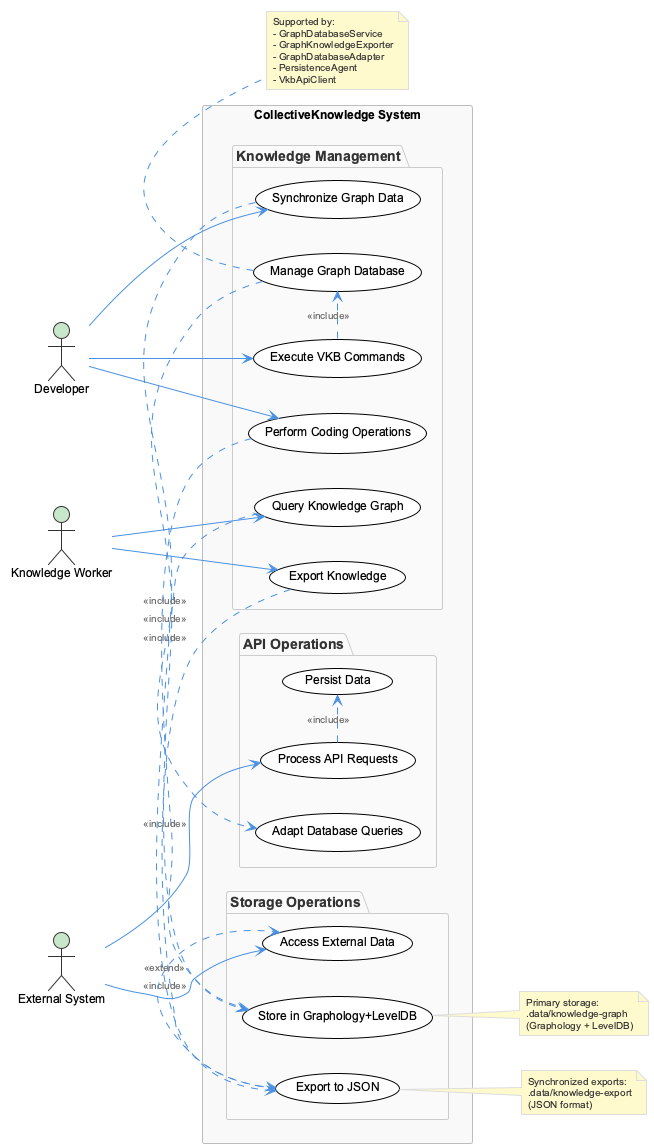
The PlantUML diagram knowledge-management/insights/images/collective-knowledge-use-cases.png in fwornle/coding, before a commit. Source of this version:
```plantuml
@startuml
!include /Users/q284340/Agentic/coding/docs/puml/_standard-style.puml

left to right direction

actor "Developer" as dev
actor "External System" as ext
actor "Knowledge Worker" as kw

rectangle "CollectiveKnowledge System" {
  package "Knowledge Management" {
    usecase "Execute VKB Commands" as vkb
    usecase "Perform Coding Operations" as coding
    usecase "Synchronize Graph Data" as sync
    usecase "Query Knowledge Graph" as query
    usecase "Export Knowledge" as export
    usecase "Manage Graph Database" as manage
  }

  package "Storage Operations" {
    usecase "Store in Graphology+LevelDB" as store
    usecase "Export to JSON" as jsonExport
    usecase "Access External Data" as access
  }

  package "API Operations" {
    usecase "Process API Requests" as api
    usecase "Adapt Database Queries" as adapt
    usecase "Persist Data" as persist
  }
}

dev --> vkb
dev --> coding
dev --> sync
kw --> query
kw --> export
ext --> access
ext --> api

vkb .> manage : <<include>>
coding .> store : <<include>>
sync .> jsonExport : <<include>>
export .> jsonExport : <<include>>
manage .> store : <<include>>
query .> adapt : <<include>>
api .> persist : <<include>>
jsonExport .> access : <<extend>>

note right of store
  Primary storage:
  .data/knowledge-graph
  (Graphology + LevelDB)
end note

note right of jsonExport
  Synchronized exports:
  .data/knowledge-export
  (JSON format)
end note

note bottom of manage
  Supported by:
  - GraphDatabaseService
  - GraphKnowledgeExporter
  - GraphDatabaseAdapter
  - PersistenceAgent
  - VkbApiClient
end note

@enduml
```
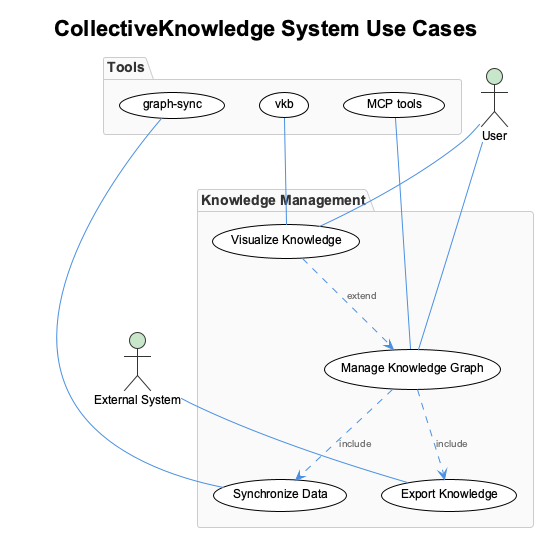
Later version of the same file.

What changed in the source:
```diff
@@ -1,71 +1,34 @@
 @startuml
 !include /Users/q284340/Agentic/coding/docs/puml/_standard-style.puml
 
-left to right direction
+title CollectiveKnowledge System Use Cases
 
-actor "Developer" as dev
-actor "External System" as ext
-actor "Knowledge Worker" as kw
+actor User as "User"
+actor ExternalSystem as "External System"
 
-rectangle "CollectiveKnowledge System" {
-  package "Knowledge Management" {
-    usecase "Execute VKB Commands" as vkb
-    usecase "Perform Coding Operations" as coding
-    usecase "Synchronize Graph Data" as sync
-    usecase "Query Knowledge Graph" as query
-    usecase "Export Knowledge" as export
-    usecase "Manage Graph Database" as manage
-  }
-
-  package "Storage Operations" {
-    usecase "Store in Graphology+LevelDB" as store
-    usecase "Export to JSON" as jsonExport
-    usecase "Access External Data" as access
-  }
-
-  package "API Operations" {
-    usecase "Process API Requests" as api
-    usecase "Adapt Database Queries" as adapt
-    usecase "Persist Data" as persist
-  }
+package "Knowledge Management" {
+  usecase "Manage Knowledge Graph" as (Manage Knowledge Graph)
+  usecase "Export Knowledge" as (Export Knowledge)
+  usecase "Visualize Knowledge" as (Visualize Knowledge)
+  usecase "Synchronize Data" as (Synchronize Data)
 }
 
-dev --> vkb
-dev --> coding
-dev --> sync
-kw --> query
-kw --> export
-ext --> access
-ext --> api
+User -- (Manage Knowledge Graph)
+User -- (Visualize Knowledge)
+ExternalSystem -- (Export Knowledge)
 
-vkb .> manage : <<include>>
-coding .> store : <<include>>
-sync .> jsonExport : <<include>>
-export .> jsonExport : <<include>>
-manage .> store : <<include>>
-query .> adapt : <<include>>
-api .> persist : <<include>>
-jsonExport .> access : <<extend>>
+(Manage Knowledge Graph) ..> (Export Knowledge) : include
+(Manage Knowledge Graph) ..> (Synchronize Data) : include
+(Visualize Knowledge) ..> (Manage Knowledge Graph) : extend
 
-note right of store
-  Primary storage:
-  .data/knowledge-graph
-  (Graphology + LevelDB)
-end note
+package "Tools" {
+  usecase "vkb" as (vkb)
+  usecase "MCP tools" as (MCP tools)
+  usecase "graph-sync" as (graph-sync)
+}
 
-note right of jsonExport
-  Synchronized exports:
-  .data/knowledge-export
-  (JSON format)
-end note
-
-note bottom of manage
-  Supported by:
-  - GraphDatabaseService
-  - GraphKnowledgeExporter
-  - GraphDatabaseAdapter
-  - PersistenceAgent
-  - VkbApiClient
-end note
+(vkb) -- (Visualize Knowledge)
+(MCP tools) -- (Manage Knowledge Graph)
+(graph-sync) -- (Synchronize Data)
 
 @enduml
```
